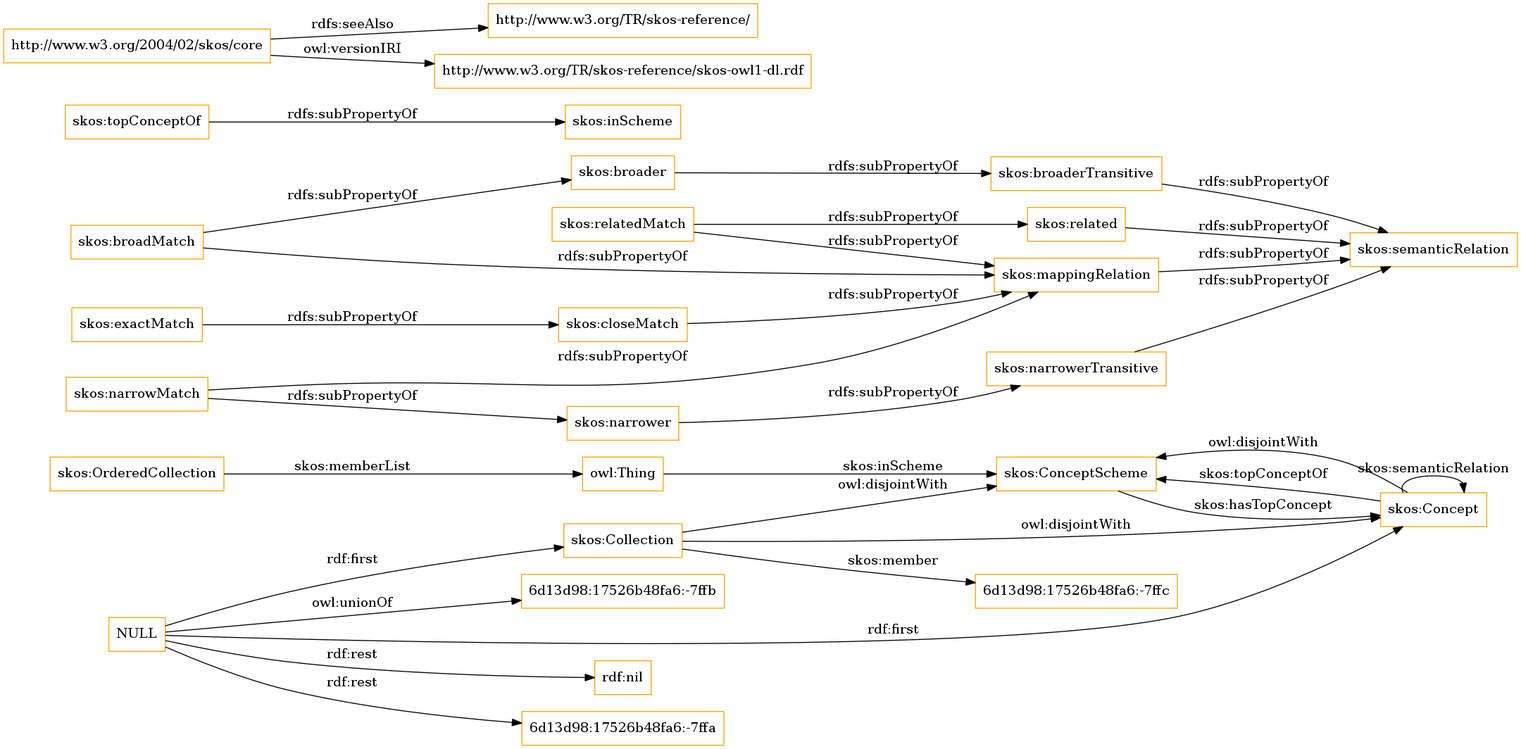
Above: OnToology/imports/skos.owl/diagrams/ar2dtool-class/skos.owl.png in OnToologyUser/core-ontology-1 (Graphviz), before the change. Its source is kept beside it as OnToology/imports/skos.owl/diagrams/ar2dtool-class/skos.owl.png.dot.
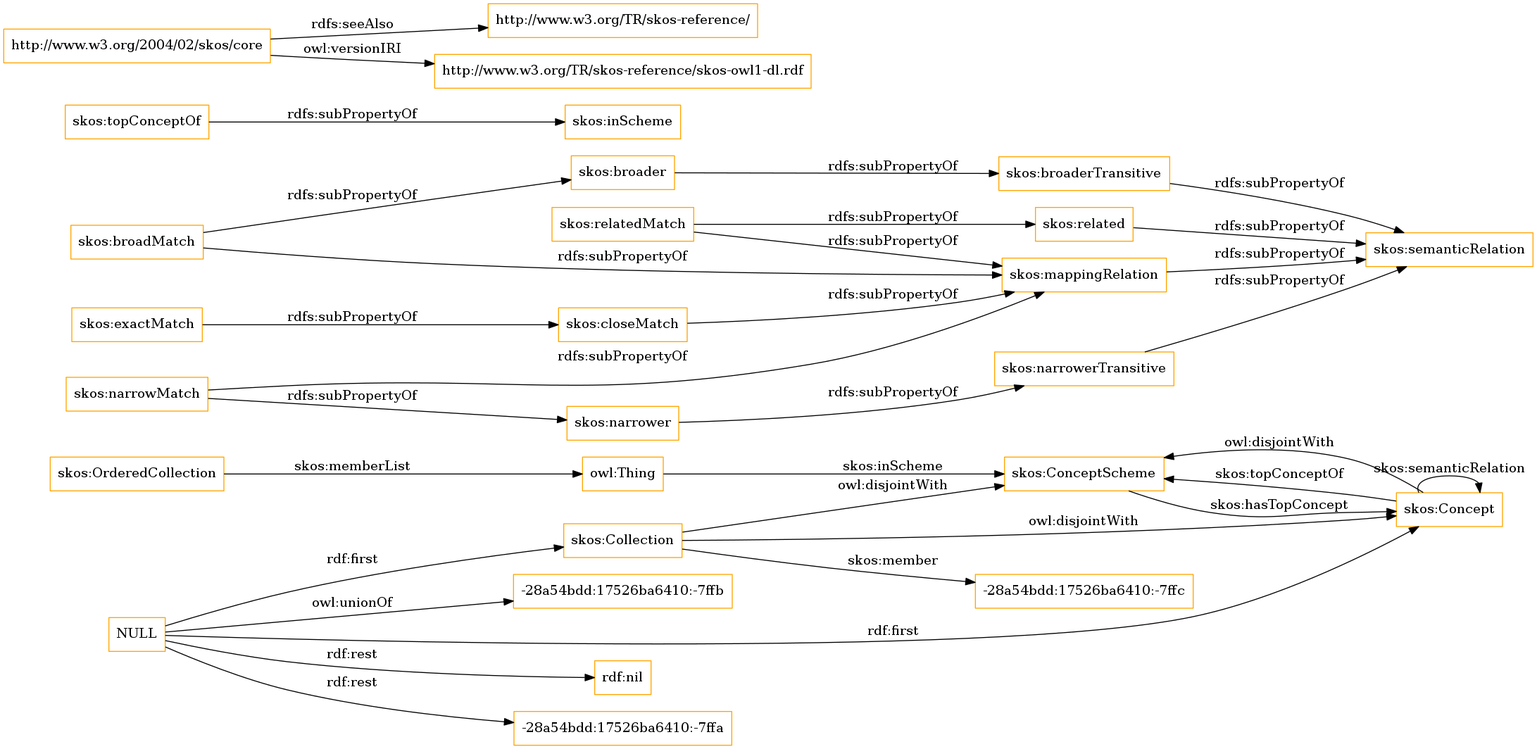
Above is the later version.

The edit, as a diff of the source:
```diff
@@ -1,13 +1,13 @@
 digraph ar2dtool_diagram {
 rankdir=LR;
 size="1501"
-node [shape = rectangle, color="orange"]; "skos:OrderedCollection" "skos:ConceptScheme" "skos:Concept" "skos:Collection" "6d13d98:17526b48fa6:-7ffc" ; /*classes style*/
+node [shape = rectangle, color="orange"]; "skos:OrderedCollection" "skos:ConceptScheme" "skos:Concept" "skos:Collection" "-28a54bdd:17526ba6410:-7ffc" ; /*classes style*/
 	"skos:narrowerTransitive" -> "skos:semanticRelation" [ label = "rdfs:subPropertyOf" ];
 	"NULL" -> "rdf:nil" [ label = "rdf:rest" ];
 	"NULL" -> "skos:Concept" [ label = "rdf:first" ];
-	"NULL" -> "6d13d98:17526b48fa6:-7ffa" [ label = "rdf:rest" ];
+	"NULL" -> "-28a54bdd:17526ba6410:-7ffa" [ label = "rdf:rest" ];
 	"NULL" -> "skos:Collection" [ label = "rdf:first" ];
-	"NULL" -> "6d13d98:17526b48fa6:-7ffb" [ label = "owl:unionOf" ];
+	"NULL" -> "-28a54bdd:17526ba6410:-7ffb" [ label = "owl:unionOf" ];
 	"skos:closeMatch" -> "skos:mappingRelation" [ label = "rdfs:subPropertyOf" ];
 	"skos:Concept" -> "skos:ConceptScheme" [ label = "owl:disjointWith" ];
 	"skos:relatedMatch" -> "skos:related" [ label = "rdfs:subPropertyOf" ];
@@ -30,7 +30,7 @@
 	"skos:OrderedCollection" -> "owl:Thing" [ label = "skos:memberList" ];
 	"skos:Concept" -> "skos:ConceptScheme" [ label = "skos:topConceptOf" ];
 	"skos:Concept" -> "skos:Concept" [ label = "skos:semanticRelation" ];
-	"skos:Collection" -> "6d13d98:17526b48fa6:-7ffc" [ label = "skos:member" ];
+	"skos:Collection" -> "-28a54bdd:17526ba6410:-7ffc" [ label = "skos:member" ];
 	"skos:ConceptScheme" -> "skos:Concept" [ label = "skos:hasTopConcept" ];
 	"owl:Thing" -> "skos:ConceptScheme" [ label = "skos:inScheme" ];
 
```
